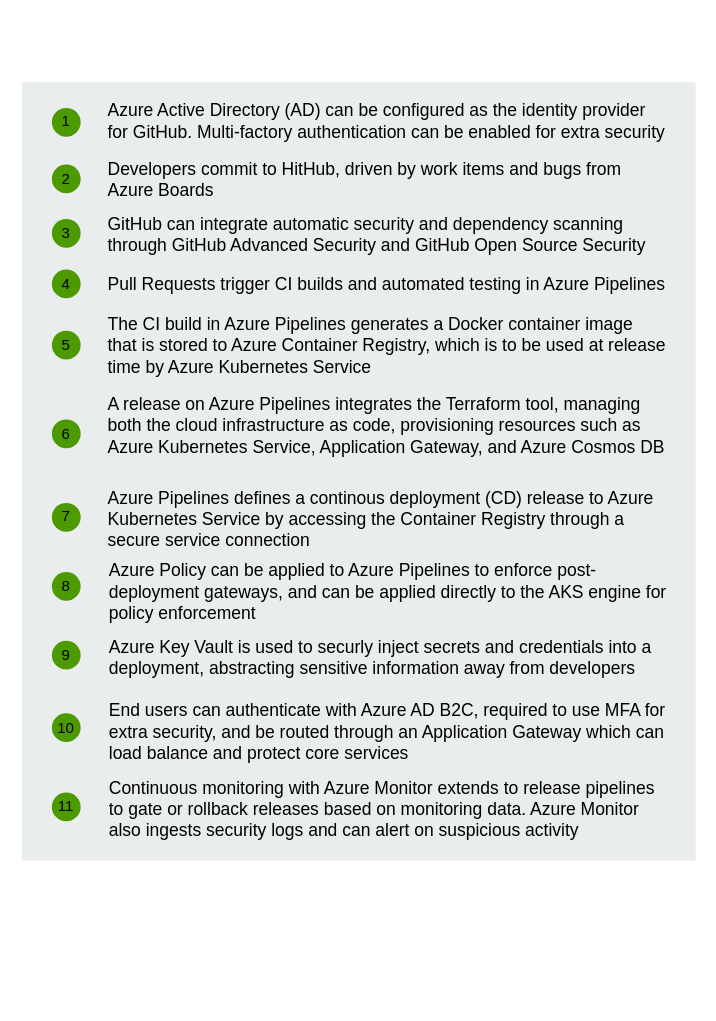
Earlier version of the draw.io diagram page "Page-2" (2 of 2) of docs/solution-ideas/media/devsecops-in-azure.drawio (MicrosoftDocs/architecture-center). Source tidied: cells renumbered, new cells numbered last; positions are measured from the earlier drawing's top-left corner, leaving out a move shared by most shapes. Both pictures are drawn from the tidied source at 125%, with x=0, y=0 at pixel (21, 81).
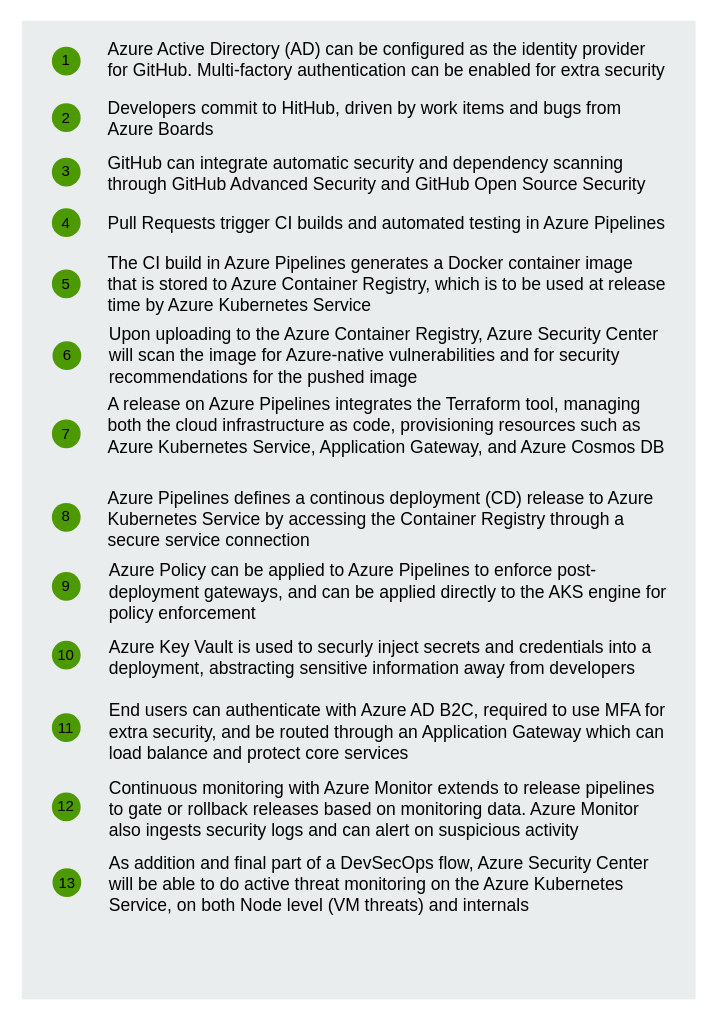
The same page after the edit.

Commit message (it also covers changes not shown here):
Added all Azure Security Center Features and updated the accroding image (#2338)

What changed in the source:
```diff
@@
     <mxCell id="2" style="rounded=0;whiteSpace=wrap;html=1;fillColor=#EAEDED;fontSize=22;fontColor=#FFFFFF;strokeColor=none;labelBackgroundColor=none;" parent="1" vertex="1">
-      <mxGeometry y="0.1" width="539" height="622.9" as="geometry" />
+      <mxGeometry y="-48.9" width="539" height="782.9" as="geometry" />
     </mxCell>
     <mxCell id="3" value="&lt;span&gt;Azure Active Directory (AD) can be configured as the identity provider for GitHub. Multi-factory authentication can be enabled for extra security&lt;br&gt;&lt;/span&gt;" style="text;html=1;align=left;verticalAlign=top;spacingTop=-4;fontSize=14;labelBackgroundColor=none;whiteSpace=wrap;" parent="1" vertex="1">
-      <mxGeometry x="67" y="11.6" width="449" height="41.4" as="geometry" />
+      <mxGeometry x="67" y="-37.4" width="449" height="41.4" as="geometry" />
     </mxCell>
     <mxCell id="4" value="&lt;span&gt;Pull Requests trigger CI builds and automated testing in Azure Pipelines&lt;/span&gt;" style="text;html=1;align=left;verticalAlign=top;spacingTop=-4;fontSize=14;labelBackgroundColor=none;whiteSpace=wrap;" parent="1" vertex="1">
-      <mxGeometry x="66.5" y="151.1" width="450" height="21" as="geometry" />
+      <mxGeometry x="66.5" y="102.1" width="450" height="21" as="geometry" />
     </mxCell>
     <mxCell id="5" value="&lt;span&gt;Developers commit to HitHub, driven by work items and bugs from Azure Boards&lt;/span&gt;" style="text;html=1;align=left;verticalAlign=top;spacingTop=-4;fontSize=14;labelBackgroundColor=none;whiteSpace=wrap;" parent="1" vertex="1">
-      <mxGeometry x="66.5" y="59.2" width="450" height="36.9" as="geometry" />
+      <mxGeometry x="66.5" y="10.2" width="450" height="36.9" as="geometry" />
     </mxCell>
@@
     <mxCell id="8" value="1" style="ellipse;whiteSpace=wrap;html=1;fillColor=#4D9900;strokeColor=none;labelBackgroundColor=none;" parent="1" vertex="1">
-      <mxGeometry x="24" y="20.8" width="23" height="23" as="geometry" />
+      <mxGeometry x="24" y="-28.2" width="23" height="23" as="geometry" />
     </mxCell>
     <mxCell id="9" value="4" style="ellipse;whiteSpace=wrap;html=1;fillColor=#4D9900;strokeColor=none;labelBackgroundColor=none;" parent="1" vertex="1">
-      <mxGeometry x="24" y="150.1" width="23" height="23" as="geometry" />
+      <mxGeometry x="24" y="101.1" width="23" height="23" as="geometry" />
     </mxCell>
     <mxCell id="10" value="2" style="ellipse;whiteSpace=wrap;html=1;fillColor=#4D9900;strokeColor=none;labelBackgroundColor=none;" parent="1" vertex="1">
-      <mxGeometry x="24" y="66.1" width="23" height="23" as="geometry" />
+      <mxGeometry x="24" y="17.1" width="23" height="23" as="geometry" />
     </mxCell>
-    <mxCell id="11" value="6" style="ellipse;whiteSpace=wrap;html=1;fillColor=#4D9900;strokeColor=none;labelBackgroundColor=none;" parent="1" vertex="1">
+    <mxCell id="11" value="7" style="ellipse;whiteSpace=wrap;html=1;fillColor=#4D9900;strokeColor=none;labelBackgroundColor=none;" parent="1" vertex="1">
       <mxGeometry x="24" y="270" width="23" height="23" as="geometry" />
     </mxCell>
-    <mxCell id="12" value="7" style="ellipse;whiteSpace=wrap;html=1;fillColor=#4D9900;strokeColor=none;labelBackgroundColor=none;" parent="1" vertex="1">
+    <mxCell id="12" value="8" style="ellipse;whiteSpace=wrap;html=1;fillColor=#4D9900;strokeColor=none;labelBackgroundColor=none;" parent="1" vertex="1">
       <mxGeometry x="24" y="336.8" width="23" height="23" as="geometry" />
     </mxCell>
-    <mxCell id="13" value="10" style="ellipse;whiteSpace=wrap;html=1;fillColor=#4D9900;strokeColor=none;labelBackgroundColor=none;" parent="1" vertex="1">
+    <mxCell id="13" value="11" style="ellipse;whiteSpace=wrap;html=1;fillColor=#4D9900;strokeColor=none;labelBackgroundColor=none;" parent="1" vertex="1">
       <mxGeometry x="24" y="505.1" width="23" height="23" as="geometry" />
     </mxCell>
@@
     <mxCell id="17" value="3" style="ellipse;whiteSpace=wrap;html=1;fillColor=#4D9900;strokeColor=none;labelBackgroundColor=none;" parent="1" vertex="1">
-      <mxGeometry x="24" y="109.6" width="23" height="23" as="geometry" />
+      <mxGeometry x="24" y="60.6" width="23" height="23" as="geometry" />
     </mxCell>
@@
     <mxCell id="19" value="&lt;span&gt;GitHub can integrate automatic security and dependency scanning through GitHub Advanced Security and GitHub Open Source Security&lt;/span&gt;" style="text;html=1;align=left;verticalAlign=top;spacingTop=-4;fontSize=14;labelBackgroundColor=none;whiteSpace=wrap;" parent="1" vertex="1">
-      <mxGeometry x="67" y="102.6" width="449" height="37" as="geometry" />
+      <mxGeometry x="67" y="53.6" width="449" height="37" as="geometry" />
     </mxCell>
-    <mxCell id="20" value="8" style="ellipse;whiteSpace=wrap;html=1;fillColor=#4D9900;strokeColor=none;labelBackgroundColor=none;" parent="1" vertex="1">
+    <mxCell id="20" value="9" style="ellipse;whiteSpace=wrap;html=1;fillColor=#4D9900;strokeColor=none;labelBackgroundColor=none;" parent="1" vertex="1">
       <mxGeometry x="24" y="392.1" width="23" height="23" as="geometry" />
     </mxCell>
-    <mxCell id="21" value="9" style="ellipse;whiteSpace=wrap;html=1;fillColor=#4D9900;strokeColor=none;labelBackgroundColor=none;" parent="1" vertex="1">
+    <mxCell id="21" value="10" style="ellipse;whiteSpace=wrap;html=1;fillColor=#4D9900;strokeColor=none;labelBackgroundColor=none;" parent="1" vertex="1">
       <mxGeometry x="24" y="447.1" width="23" height="23" as="geometry" />
     </mxCell>
     <mxCell id="22" value="5" style="ellipse;whiteSpace=wrap;html=1;fillColor=#4D9900;strokeColor=none;labelBackgroundColor=none;" parent="1" vertex="1">
-      <mxGeometry x="24" y="199" width="23" height="23" as="geometry" />
+      <mxGeometry x="24" y="150" width="23" height="23" as="geometry" />
     </mxCell>
     <mxCell id="23" value="&lt;span&gt;The CI build in Azure Pipelines generates a Docker container image that is stored to Azure Container Registry, which is to be used at release time by Azure Kubernetes Service&lt;/span&gt;" style="text;html=1;align=left;verticalAlign=top;spacingTop=-4;fontSize=14;labelBackgroundColor=none;whiteSpace=wrap;" parent="1" vertex="1">
-      <mxGeometry x="67" y="182.5" width="449" height="56" as="geometry" />
+      <mxGeometry x="67" y="133.5" width="449" height="56" as="geometry" />
     </mxCell>
-    <mxCell id="24" value="11" style="ellipse;whiteSpace=wrap;html=1;fillColor=#4D9900;strokeColor=none;labelBackgroundColor=none;" parent="1" vertex="1">
+    <mxCell id="24" value="12" style="ellipse;whiteSpace=wrap;html=1;fillColor=#4D9900;strokeColor=none;labelBackgroundColor=none;" parent="1" vertex="1">
       <mxGeometry x="24" y="568.5" width="23" height="23" as="geometry" />
     </mxCell>
+    <mxCell id="25" value="6" style="ellipse;whiteSpace=wrap;html=1;fillColor=#4D9900;strokeColor=none;labelBackgroundColor=none;" parent="1" vertex="1">
+      <mxGeometry x="24.5" y="207.5" width="23" height="23" as="geometry" />
+    </mxCell>
+    <mxCell id="26" value="Upon uploading to the Azure Container Registry, Azure Security Center will scan the image for Azure-native vulnerabilities and for security recommendations for the pushed image" style="text;html=1;align=left;verticalAlign=top;spacingTop=-4;fontSize=14;labelBackgroundColor=none;whiteSpace=wrap;" parent="1" vertex="1">
+      <mxGeometry x="67.5" y="191" width="449" height="56" as="geometry" />
+    </mxCell>
+    <mxCell id="27" value="As addition and final part of a DevSecOps flow, Azure Security Center will be able to do active threat monitoring on the Azure Kubernetes Service, on both Node level (VM threats) and internals" style="text;html=1;align=left;verticalAlign=top;spacingTop=-4;fontSize=14;labelBackgroundColor=none;whiteSpace=wrap;" parent="1" vertex="1">
+      <mxGeometry x="68" y="614" width="449" height="52.9" as="geometry" />
+    </mxCell>
+    <mxCell id="28" value="13" style="ellipse;whiteSpace=wrap;html=1;fillColor=#4D9900;strokeColor=none;labelBackgroundColor=none;" parent="1" vertex="1">
+      <mxGeometry x="24.5" y="629" width="23" height="23" as="geometry" />
+    </mxCell>
```
